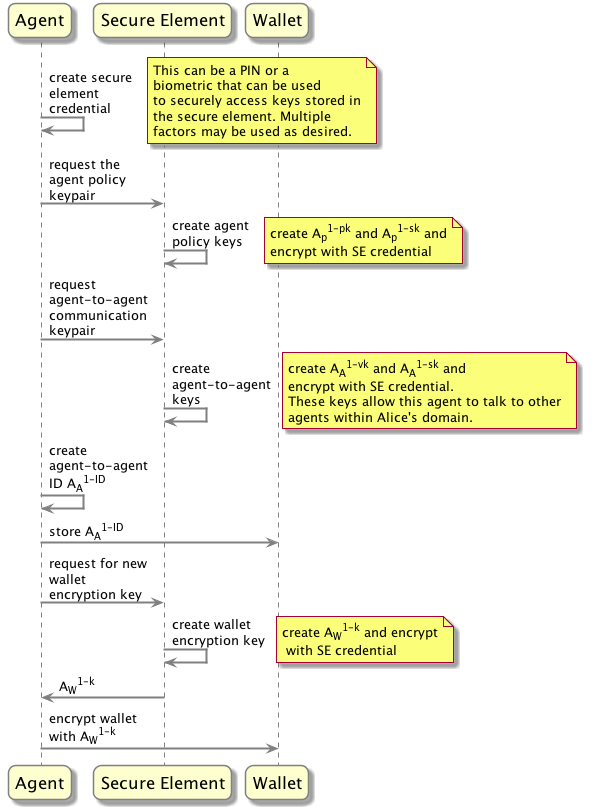
hyperledger/indy-hipe keeps this PlantUML diagram as text/dkms/images/02-provision-new-agent.png. Above is the earlier version. Its source is kept beside it as text/dkms/puml/02-provision-new-agent.puml. The source it was exported from:
```plantuml
@startuml
skinparam sequenceArrowThickness 2
skinparam roundcorner 15
skinparam maxmessagesize 100
skinparam sequence {
	ArrowColor grey
	LifeLineBorderColor grey
    ParticipantBorderColor grey
	boxbordercolor white
	ParticipantFontSize 17
	actorfontsize 17
	boxfontsize 17
	boxfontcolor grey
	ActorBorderColor grey
    Actorbackgroundcolor white
}

participant "Agent" as ea
participant "Secure Element" as se
participant "Wallet" as w

ea -> ea: create secure element credential
note right
This can be a PIN or a
biometric that can be used
to securely access keys stored in
the secure element. Multiple
factors may be used as desired.
end note

ea -> se: request the agent policy keypair
se -> se: create agent policy keys
note right
create A<sub>p</sub><sup>1-pk</sup> and A<sub>p</sub><sup>1-sk</sup> and
encrypt with SE credential
end note

ea -> se: request agent-to-agent communication keypair
se -> se: create agent-to-agent keys
note right
create A<sub>A</sub><sup>1-vk</sup> and A<sub>A</sub><sup>1-sk</sup> and
encrypt with SE credential.
These keys allow this agent to talk to other
agents within Alice's domain.
end note

ea -> ea: create agent-to-agent ID A<sub>A</sub><sup>1-ID</sup>
ea -> w: store A<sub>A</sub><sup>1-ID</sup>
ea -> se: request for new wallet encryption key
se -> se: create wallet encryption key
note right
create A<sub>W</sub><sup>1-k</sup> and encrypt
 with SE credential
end note

se -> ea: A<sub>W</sub><sup>1-k</sup>

ea -> w: encrypt wallet with A<sub>W</sub><sup>1-k</sup>

@enduml
```
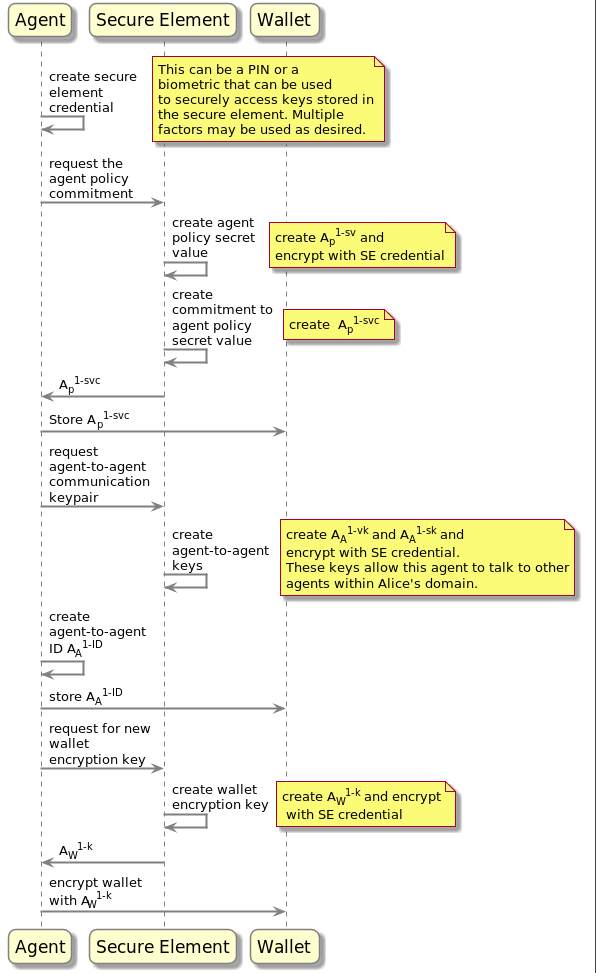
Later version of the same file.

Commit message:
updated puml and images related to authorization policy

The edit, as a diff of the source:
```diff
@@ -28,12 +28,21 @@
 factors may be used as desired.
 end note
 
-ea -> se: request the agent policy keypair
-se -> se: create agent policy keys
+ea -> se: request the agent policy commitment
+se -> se: create agent policy secret value
 note right
-create A<sub>p</sub><sup>1-pk</sup> and A<sub>p</sub><sup>1-sk</sup> and
+create A<sub>p</sub><sup>1-sv</sup> and
 encrypt with SE credential
 end note
+
+se -> se: create commitment to agent policy secret value
+note right
+create  A<sub>p</sub><sup>1-svc</sup>
+end note
+
+se -> ea: A<sub>p</sub><sup>1-svc</sup>
+
+ea -> w: Store A<sub>p</sub><sup>1-svc</sup>
 
 ea -> se: request agent-to-agent communication keypair
 se -> se: create agent-to-agent keys
```
